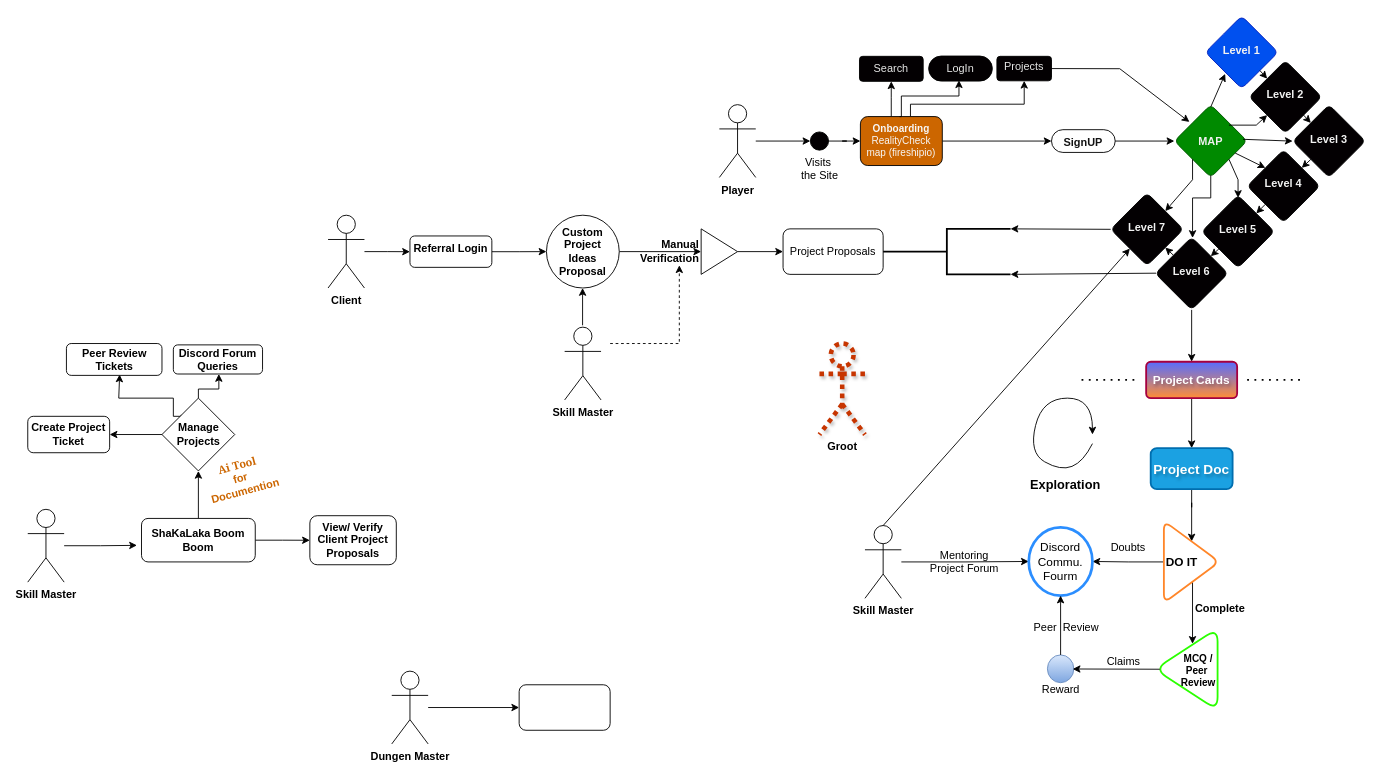
Earlier version of the draw.io diagram taksh/Taksh UML.drawio (MaxxCode8/drawio-dump). Source tidied: cells renumbered, new cells numbered last; positions are measured from the earlier drawing's top-left corner, leaving out a move shared by most shapes. Both pictures are drawn from the tidied source at 91%, with x=0, y=0 at pixel (27, 15).
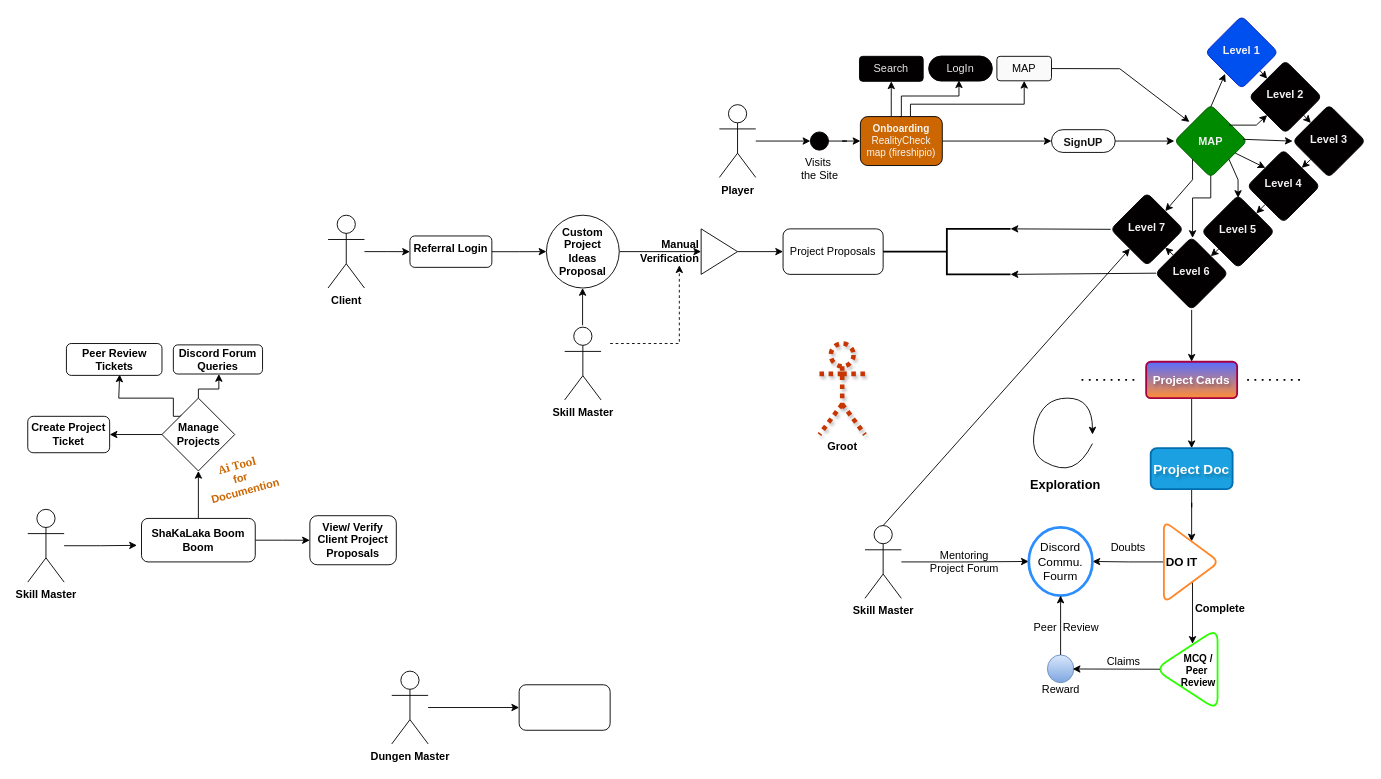
After the change.

The edit, as a diff of the source:
```diff
@@
-    <mxCell id="11" value="&lt;div style=&quot;line-height: 90%;&quot; align=&quot;center&quot;&gt;&lt;font color=&quot;#e6e6e6&quot;&gt;Projects&lt;br&gt;&lt;/font&gt;&lt;/div&gt;" style="rounded=1;whiteSpace=wrap;html=1;verticalAlign=top;fillColor=#030002;gradientColor=none;align=center;arcSize=13;" parent="1" vertex="1">
+    <mxCell id="11" value="MAP" style="rounded=1;whiteSpace=wrap;html=1;verticalAlign=top;fillColor=#FAFAFA;gradientColor=none;align=center;arcSize=13;" parent="1" vertex="1">
       <mxGeometry x="1065" y="44.4" width="60" height="26.9" as="geometry" />
     </mxCell>
```
